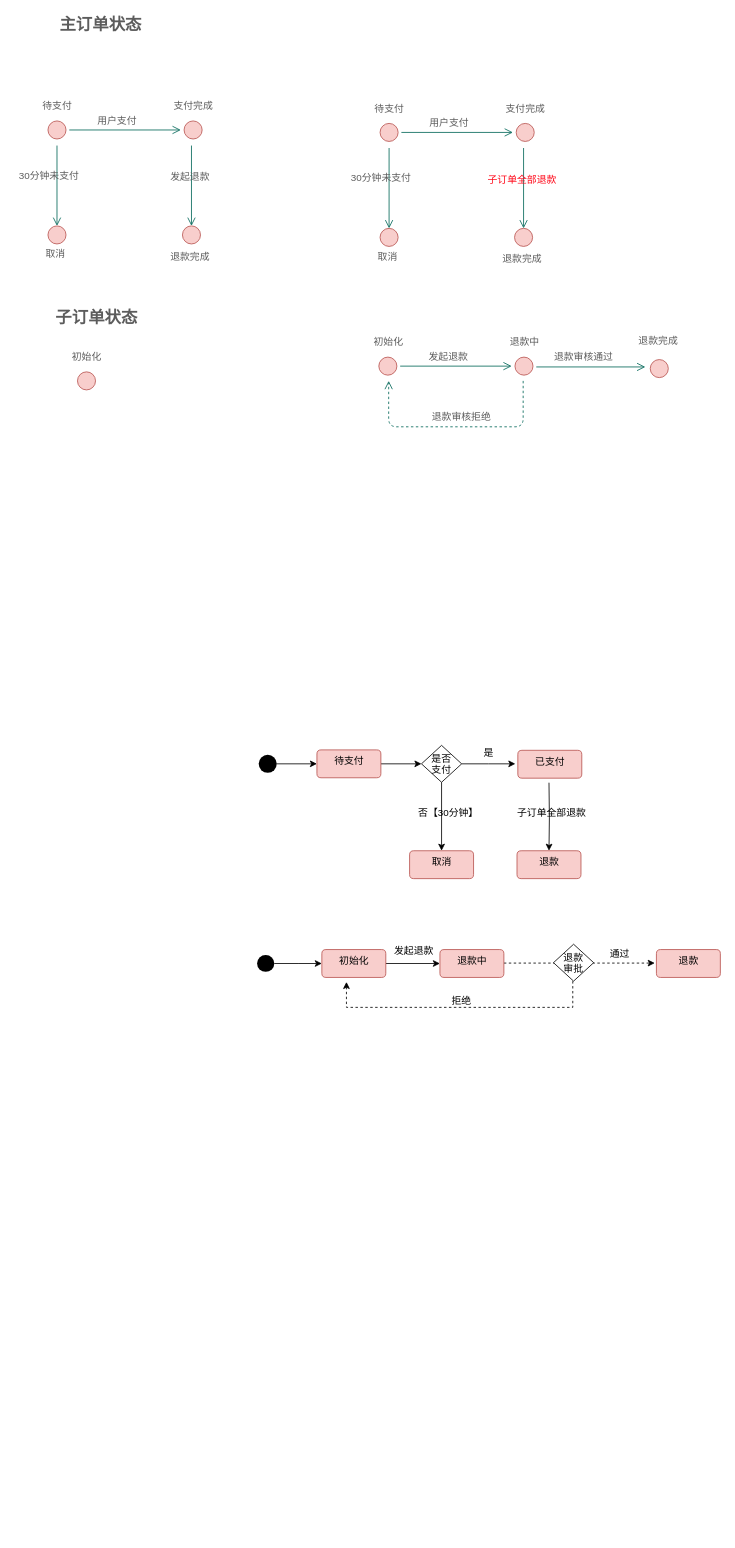
Above: order-refund.drawio in zhaoershuang/flow-chart (draw.io), before the change. Source tidied: cells renumbered, new cells numbered last; positions are measured from the earlier drawing's top-left corner, leaving out a move shared by most shapes. Both pictures are drawn from the tidied source at 82%, with x=0, y=0 at pixel (14, 15).
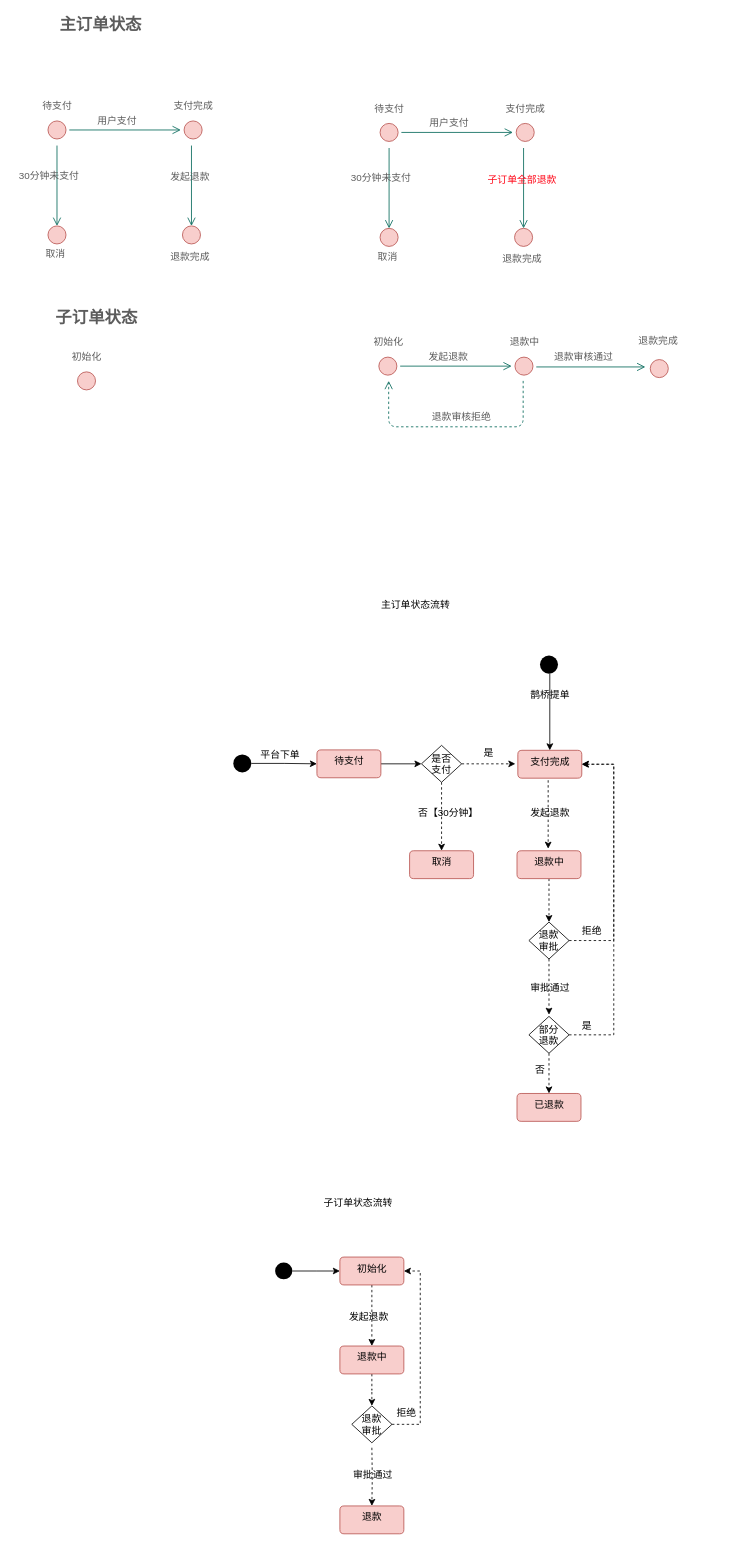
Above is the later version.

The change refers to these unchanged cells:
```xml
<mxCell id="52" value="是否&#10;支付" style="rhombus;strokeColor=#000000;" parent="1" vertex="1">
  <mxGeometry x="496.5" y="890.5" width="49" height="45" as="geometry" />
</mxCell>
<mxCell id="56" value="取消" style="html=1;align=center;verticalAlign=top;rounded=1;absoluteArcSize=1;arcSize=10;fillColor=#f8cecc;strokeColor=#b85450;" parent="1" vertex="1">
  <mxGeometry x="482" y="1019" width="78" height="34" as="geometry" />
</mxCell>
```

The edit, as a diff of the source:
```diff
@@
     <mxCell id="49" style="ellipse;fillColor=#000000;strokeColor=none;" parent="1" vertex="1">
-      <mxGeometry x="298" y="902" width="22" height="22" as="geometry" />
+      <mxGeometry x="267" y="901.5" width="22" height="22" as="geometry" />
     </mxCell>
-    <mxCell id="50" style="edgeStyle=orthogonalEdgeStyle;rounded=0;jettySize=auto;html=1;" parent="1" edge="1" source="52" target="56">
+    <mxCell id="50" style="edgeStyle=orthogonalEdgeStyle;rounded=0;jettySize=auto;html=1;dashed=1;" parent="1" edge="1" source="52" target="56">
       <mxGeometry relative="1" as="geometry" />
     </mxCell>
-    <mxCell id="51" style="edgeStyle=orthogonalEdgeStyle;rounded=0;jettySize=auto;html=1;" parent="1" edge="1" source="52">
+    <mxCell id="51" style="edgeStyle=orthogonalEdgeStyle;rounded=0;jettySize=auto;html=1;dashed=1;" parent="1" edge="1" source="52">
       <mxGeometry relative="1" as="geometry">
         <mxPoint x="611" y="913" as="targetPoint" />
       </mxGeometry>
     </mxCell>
@@
-    <mxCell id="53" style="edgeStyle=orthogonalEdgeStyle;rounded=0;jettySize=auto;html=1;entryX=0.5;entryY=0;entryDx=0;entryDy=0;" parent="1" edge="1" target="57">
-      <mxGeometry relative="1" as="geometry">
-        <mxPoint x="652" y="936" as="sourcePoint" />
-      </mxGeometry>
-    </mxCell>
-    <mxCell id="54" value="已支付" style="html=1;align=center;verticalAlign=top;rounded=1;absoluteArcSize=1;arcSize=10;fillColor=#f8cecc;strokeColor=#b85450;" parent="1" vertex="1">
+    <mxCell id="54" value="支付完成" style="html=1;align=center;verticalAlign=top;rounded=1;absoluteArcSize=1;arcSize=10;fillColor=#f8cecc;strokeColor=#b85450;" parent="1" vertex="1">
       <mxGeometry x="614" y="896.5" width="78" height="34" as="geometry" />
     </mxCell>
@@
+    <mxCell id="72" style="edgeStyle=orthogonalEdgeStyle;rounded=0;jettySize=auto;html=1;dashed=1;" parent="1" edge="1" source="57" target="78">
+      <mxGeometry relative="1" as="geometry" />
+    </mxCell>
-    <mxCell id="57" value="退款" style="html=1;align=center;verticalAlign=top;rounded=1;absoluteArcSize=1;arcSize=10;fillColor=#f8cecc;strokeColor=#b85450;" parent="1" vertex="1">
+    <mxCell id="57" value="退款中" style="html=1;align=center;verticalAlign=top;rounded=1;absoluteArcSize=1;arcSize=10;fillColor=#f8cecc;strokeColor=#b85450;" parent="1" vertex="1">
       <mxGeometry x="613" y="1019" width="78" height="34" as="geometry" />
     </mxCell>
@@
-    <mxCell id="59" style="edgeStyle=orthogonalEdgeStyle;rounded=0;jettySize=auto;html=1;" parent="1" edge="1" source="60" target="69">
+    <mxCell id="59" style="edgeStyle=orthogonalEdgeStyle;rounded=0;jettySize=auto;html=1;dashed=1;" parent="1" edge="1" source="60" target="69">
       <mxGeometry relative="1" as="geometry" />
     </mxCell>
     <mxCell id="60" value="初始化" style="html=1;align=center;verticalAlign=top;rounded=1;absoluteArcSize=1;arcSize=10;fillColor=#f8cecc;strokeColor=#b85450;" parent="1" vertex="1">
-      <mxGeometry x="375" y="1139.5" width="78" height="34" as="geometry" />
+      <mxGeometry x="397" y="1514.5" width="78" height="34" as="geometry" />
     </mxCell>
@@
     <mxCell id="62" style="ellipse;fillColor=#000000;strokeColor=none;" parent="1" vertex="1">
-      <mxGeometry x="296" y="1146.2" width="21" height="20.5" as="geometry" />
+      <mxGeometry x="318" y="1521.2" width="21" height="20.5" as="geometry" />
     </mxCell>
-    <mxCell id="63" style="edgeStyle=orthogonalEdgeStyle;rounded=0;orthogonalLoop=1;jettySize=auto;html=1;dashed=1;" parent="1" edge="1">
-      <mxGeometry relative="1" as="geometry">
-        <mxPoint x="681" y="1172" as="sourcePoint" />
-        <mxPoint x="405" y="1179" as="targetPoint" />
-        <Array as="points">
-          <mxPoint x="681" y="1179" />
-          <mxPoint x="681" y="1210" />
-          <mxPoint x="405" y="1210" />
-        </Array>
-      </mxGeometry>
-    </mxCell>
-    <mxCell id="64" value="通过" style="text;html=1;align=center;verticalAlign=middle;" parent="1" vertex="1">
-      <mxGeometry x="721" y="1136" width="34" height="18" as="geometry" />
-    </mxCell>
     <mxCell id="65" value="退款" style="html=1;align=center;verticalAlign=top;rounded=1;absoluteArcSize=1;arcSize=10;fillColor=#f8cecc;strokeColor=#b85450;" parent="1" vertex="1">
-      <mxGeometry x="783" y="1139.5" width="78" height="34" as="geometry" />
+      <mxGeometry x="397" y="1818" width="78" height="34" as="geometry" />
     </mxCell>
-    <mxCell id="66" value="&lt;br&gt;拒绝" style="text;html=1;align=center;verticalAlign=middle;" parent="1" vertex="1">
-      <mxGeometry x="527.5" y="1178" width="34" height="32" as="geometry" />
-    </mxCell>
     <mxCell id="67" value="发起退款" style="text;html=1;align=center;verticalAlign=middle;" parent="1" vertex="1">
-      <mxGeometry x="458" y="1133" width="58" height="18" as="geometry" />
+      <mxGeometry x="403" y="1579" width="58" height="18" as="geometry" />
     </mxCell>
-    <mxCell id="68" style="edgeStyle=orthogonalEdgeStyle;rounded=0;jettySize=auto;html=1;dashed=1;" parent="1" edge="1" source="69">
-      <mxGeometry relative="1" as="geometry">
-        <mxPoint x="781" y="1156" as="targetPoint" />
-      </mxGeometry>
-    </mxCell>
+    <mxCell id="73" style="edgeStyle=orthogonalEdgeStyle;rounded=0;jettySize=auto;html=1;dashed=1;" parent="1" edge="1" source="69" target="94">
+      <mxGeometry relative="1" as="geometry" />
+    </mxCell>
     <mxCell id="69" value="退款中" style="html=1;align=center;verticalAlign=top;rounded=1;absoluteArcSize=1;arcSize=10;fillColor=#f8cecc;strokeColor=#b85450;" parent="1" vertex="1">
-      <mxGeometry x="519" y="1139.5" width="78" height="34" as="geometry" />
+      <mxGeometry x="397" y="1623" width="78" height="34" as="geometry" />
     </mxCell>
-    <mxCell id="70" value="子订单全部退款" style="text;html=1;align=center;verticalAlign=middle;" parent="1" vertex="1">
-      <mxGeometry x="608" y="964" width="94" height="18" as="geometry" />
-    </mxCell>
-    <mxCell id="71" value="退款&#10;审批" style="rhombus;strokeColor=#000000;" parent="1" vertex="1">
-      <mxGeometry x="657.5" y="1133" width="49" height="45" as="geometry" />
-    </mxCell>
+    <mxCell id="74" value="发起退款" style="text;html=1;align=center;verticalAlign=middle;" parent="1" vertex="1">
+      <mxGeometry x="624" y="964" width="58" height="18" as="geometry" />
+    </mxCell>
+    <mxCell id="75" style="edgeStyle=orthogonalEdgeStyle;rounded=0;orthogonalLoop=1;jettySize=auto;html=1;dashed=1;" parent="1" edge="1">
+      <mxGeometry relative="1" as="geometry">
+        <mxPoint x="651" y="933" as="sourcePoint" />
+        <mxPoint x="651" y="1016.5" as="targetPoint" />
+      </mxGeometry>
+    </mxCell>
+    <mxCell id="76" style="edgeStyle=orthogonalEdgeStyle;rounded=0;jettySize=auto;html=1;entryX=1;entryY=0.5;entryDx=0;entryDy=0;dashed=1;" parent="1" edge="1" source="78" target="54">
+      <mxGeometry relative="1" as="geometry">
+        <Array as="points">
+          <mxPoint x="731" y="1129" />
+          <mxPoint x="731" y="914" />
+        </Array>
+      </mxGeometry>
+    </mxCell>
+    <mxCell id="77" style="edgeStyle=orthogonalEdgeStyle;rounded=0;jettySize=auto;html=1;dashed=1;" parent="1" edge="1" source="78">
+      <mxGeometry relative="1" as="geometry">
+        <mxPoint x="652" y="1219" as="targetPoint" />
+      </mxGeometry>
+    </mxCell>
+    <mxCell id="78" value="退款&#10;审批" style="rhombus;strokeColor=#000000;" parent="1" vertex="1">
+      <mxGeometry x="627.5" y="1106" width="49" height="45" as="geometry" />
+    </mxCell>
+    <mxCell id="79" value="已退款" style="html=1;align=center;verticalAlign=top;rounded=1;absoluteArcSize=1;arcSize=10;fillColor=#f8cecc;strokeColor=#b85450;" parent="1" vertex="1">
+      <mxGeometry x="613" y="1315" width="78" height="34" as="geometry" />
+    </mxCell>
+    <mxCell id="80" value="审批通过" style="text;html=1;align=center;verticalAlign=middle;" parent="1" vertex="1">
+      <mxGeometry x="624" y="1178" width="58" height="18" as="geometry" />
+    </mxCell>
+    <mxCell id="81" style="edgeStyle=orthogonalEdgeStyle;rounded=0;jettySize=auto;html=1;dashed=1;" parent="1" edge="1" source="83" target="79">
+      <mxGeometry relative="1" as="geometry" />
+    </mxCell>
+    <mxCell id="82" style="edgeStyle=orthogonalEdgeStyle;rounded=0;jettySize=auto;html=1;entryX=1;entryY=0.5;entryDx=0;entryDy=0;dashed=1;" parent="1" edge="1" source="83" target="54">
+      <mxGeometry relative="1" as="geometry">
+        <Array as="points">
+          <mxPoint x="731" y="1244" />
+          <mxPoint x="731" y="914" />
+        </Array>
+      </mxGeometry>
+    </mxCell>
+    <mxCell id="83" value="部分&#10;退款" style="rhombus;strokeColor=#000000;" parent="1" vertex="1">
+      <mxGeometry x="627.5" y="1221" width="49" height="45" as="geometry" />
+    </mxCell>
+    <mxCell id="84" value="否" style="text;html=1;align=center;verticalAlign=middle;" parent="1" vertex="1">
+      <mxGeometry x="630" y="1277" width="22" height="18" as="geometry" />
+    </mxCell>
+    <mxCell id="85" value="是" style="text;html=1;align=center;verticalAlign=middle;" parent="1" vertex="1">
+      <mxGeometry x="687" y="1224" width="22" height="18" as="geometry" />
+    </mxCell>
+    <mxCell id="86" value="拒绝" style="text;html=1;align=center;verticalAlign=middle;" parent="1" vertex="1">
+      <mxGeometry x="687" y="1108" width="34" height="18" as="geometry" />
+    </mxCell>
+    <mxCell id="87" style="edgeStyle=orthogonalEdgeStyle;rounded=0;jettySize=auto;html=1;" parent="1" edge="1" source="88" target="54">
+      <mxGeometry relative="1" as="geometry">
+        <Array as="points">
+          <mxPoint x="653" y="831" />
+          <mxPoint x="653" y="831" />
+        </Array>
+      </mxGeometry>
+    </mxCell>
+    <mxCell id="88" style="ellipse;fillColor=#000000;strokeColor=none;" parent="1" vertex="1">
+      <mxGeometry x="641" y="781" width="22" height="22" as="geometry" />
+    </mxCell>
+    <mxCell id="89" value="平台下单" style="text;html=1;align=center;verticalAlign=middle;" parent="1" vertex="1">
+      <mxGeometry x="295" y="893" width="58" height="18" as="geometry" />
+    </mxCell>
+    <mxCell id="90" value="鹊桥提单" style="text;html=1;align=center;verticalAlign=middle;" parent="1" vertex="1">
+      <mxGeometry x="624" y="820" width="58" height="18" as="geometry" />
+    </mxCell>
+    <mxCell id="91" value="主订单状态流转" style="text;html=1;align=center;verticalAlign=middle;" parent="1" vertex="1">
+      <mxGeometry x="442" y="710" width="94" height="18" as="geometry" />
+    </mxCell>
+    <mxCell id="92" style="edgeStyle=orthogonalEdgeStyle;rounded=0;jettySize=auto;html=1;dashed=1;" parent="1" edge="1" target="65">
+      <mxGeometry relative="1" as="geometry">
+        <mxPoint x="436" y="1747" as="sourcePoint" />
+      </mxGeometry>
+    </mxCell>
+    <mxCell id="93" style="edgeStyle=orthogonalEdgeStyle;rounded=0;jettySize=auto;html=1;dashed=1;entryX=1;entryY=0.5;entryDx=0;entryDy=0;" parent="1" edge="1" source="94" target="60">
+      <mxGeometry relative="1" as="geometry">
+        <Array as="points">
+          <mxPoint x="495" y="1719" />
+          <mxPoint x="495" y="1532" />
+        </Array>
+      </mxGeometry>
+    </mxCell>
+    <mxCell id="94" value="退款&#10;审批" style="rhombus;strokeColor=#000000;" parent="1" vertex="1">
+      <mxGeometry x="411.5" y="1696" width="49" height="45" as="geometry" />
+    </mxCell>
+    <mxCell id="95" value="拒绝" style="text;html=1;align=center;verticalAlign=middle;" parent="1" vertex="1">
+      <mxGeometry x="461" y="1696" width="34" height="18" as="geometry" />
+    </mxCell>
+    <mxCell id="96" value="审批通过" style="text;html=1;align=center;verticalAlign=middle;" parent="1" vertex="1">
+      <mxGeometry x="407.5" y="1771" width="58" height="18" as="geometry" />
+    </mxCell>
+    <mxCell id="97" value="子订单状态流转" style="text;html=1;align=center;verticalAlign=middle;" parent="1" vertex="1">
+      <mxGeometry x="371.5" y="1440" width="94" height="18" as="geometry" />
+    </mxCell>
```
